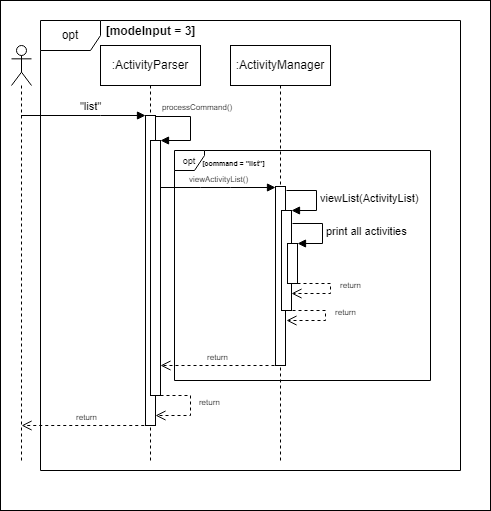
Before: docs/Images(DG)/ViewActivity.drawio.png, a diagram exported from draw.io (parasytezz/tp). Source tidied: cells renumbered, new cells last; positions are measured from the earlier drawing's top-left corner, leaving out a move shared by most shapes.
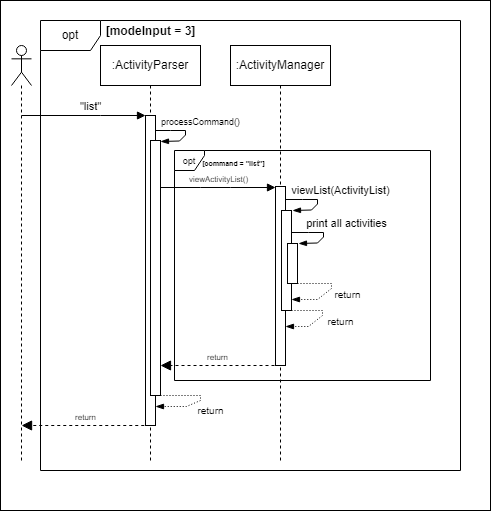
After the commit.

Diff of the diagram source:
```diff
@@ -30,15 +30,6 @@
     <mxCell id="9" value="[modeInput = 3]" style="text;align=center;fontStyle=1;verticalAlign=middle;spacingLeft=3;spacingRight=3;strokeColor=none;html=1;" parent="1" vertex="1">
       <mxGeometry x="115" y="23" width="70" height="16" as="geometry" />
     </mxCell>
-    <mxCell id="10" value="&lt;font style=&quot;font-size: 8px;&quot;&gt;processCommand()&lt;/font&gt;" style="html=1;align=left;spacingLeft=2;endArrow=block;rounded=0;edgeStyle=orthogonalEdgeStyle;curved=0;rounded=0;" parent="1" edge="1" target="5">
-      <mxGeometry x="-0.94" y="10" relative="1" as="geometry">
-        <mxPoint x="155" y="116" as="sourcePoint" />
-        <Array as="points">
-          <mxPoint x="190" y="116" />
-          <mxPoint x="190" y="140" />
-        </Array>
-      </mxGeometry>
-    </mxCell>
     <mxCell id="11" value=":ActivityManager" style="shape=umlLifeline;perimeter=lifelinePerimeter;whiteSpace=wrap;html=1;newEdgeStyle={&quot;curved&quot;:0,&quot;rounded&quot;:0};" parent="1" vertex="1">
       <mxGeometry x="230" y="45" width="100" height="415" as="geometry" />
     </mxCell>
@@ -53,29 +44,30 @@
         </Array>
       </mxGeometry>
     </mxCell>
+    <mxCell id="10" value="&lt;font style=&quot;font-size: 9px;&quot;&gt;processCommand()&lt;/font&gt;" style="html=1;verticalAlign=bottom;endArrow=blockThin;curved=0;rounded=0;endFill=1;" parent="1" edge="1" source="4">
+      <mxGeometry x="-0.03" y="15" relative="1" as="geometry">
+        <mxPoint x="160" y="141" as="targetPoint" />
+        <Array as="points">
+          <mxPoint x="170" y="130" />
+          <mxPoint x="185" y="130" />
+          <mxPoint x="185" y="134.5" />
+          <mxPoint x="179" y="140.5" />
+        </Array>
+      </mxGeometry>
+    </mxCell>
     <mxCell id="14" value="&lt;font style=&quot;font-size: 9px;&quot;&gt;opt&lt;/font&gt;" style="shape=umlFrame;whiteSpace=wrap;html=1;width=30;height=20;" parent="1" vertex="1">
       <mxGeometry x="174" y="150" width="256" height="230" as="geometry" />
     </mxCell>
     <mxCell id="15" value="&lt;font style=&quot;font-size: 7px;&quot;&gt;[command = &quot;list&quot;]&lt;/font&gt;" style="text;align=center;fontStyle=1;verticalAlign=middle;spacingLeft=3;spacingRight=3;strokeColor=none;html=1;" parent="1" vertex="1">
       <mxGeometry x="198" y="154" width="70" height="16" as="geometry" />
     </mxCell>
-    <mxCell id="16" value="&lt;font style=&quot;font-size: 8px;&quot;&gt;return&lt;/font&gt;" style="html=1;verticalAlign=bottom;endArrow=open;dashed=1;endSize=8;curved=0;rounded=0;" parent="1" edge="1">
+    <mxCell id="16" value="&lt;font style=&quot;font-size: 8px;&quot;&gt;return&lt;/font&gt;" style="html=1;verticalAlign=bottom;endArrow=block;dashed=1;endSize=8;curved=0;rounded=0;endFill=1;" parent="1" edge="1">
       <mxGeometry relative="1" as="geometry">
         <mxPoint x="274" y="365" as="sourcePoint" />
         <mxPoint x="160" y="365" as="targetPoint" />
       </mxGeometry>
     </mxCell>
-    <mxCell id="17" value="&lt;font style=&quot;font-size: 8px;&quot;&gt;return&amp;nbsp;&lt;/font&gt;" style="html=1;verticalAlign=bottom;endArrow=open;dashed=1;endSize=8;curved=0;rounded=0;" parent="1" edge="1">
-      <mxGeometry x="0.06" y="20" relative="1" as="geometry">
-        <mxPoint x="160" y="395" as="sourcePoint" />
-        <mxPoint x="155" y="415" as="targetPoint" />
-        <Array as="points">
-          <mxPoint x="190" y="395" />
-          <mxPoint x="190" y="415" />
-        </Array>
-      </mxGeometry>
-    </mxCell>
-    <mxCell id="18" value="&lt;font style=&quot;font-size: 8px;&quot;&gt;return&lt;/font&gt;" style="html=1;verticalAlign=bottom;endArrow=open;dashed=1;endSize=8;curved=0;rounded=0;" parent="1" edge="1">
+    <mxCell id="18" value="&lt;font style=&quot;font-size: 8px;&quot;&gt;return&lt;/font&gt;" style="html=1;verticalAlign=bottom;endArrow=block;dashed=1;endSize=8;curved=0;rounded=0;endFill=1;" parent="1" edge="1">
       <mxGeometry relative="1" as="geometry">
         <mxPoint x="149.8" y="425" as="sourcePoint" />
         <mxPoint x="21.1" y="425" as="targetPoint" />
@@ -84,47 +76,67 @@
     <mxCell id="19" style="html=1;points=[[0,0,0,0,5],[0,1,0,0,-5],[1,0,0,0,5],[1,1,0,0,-5]];perimeter=orthogonalPerimeter;outlineConnect=0;targetShapes=umlLifeline;portConstraint=eastwest;newEdgeStyle={&quot;curved&quot;:0,&quot;rounded&quot;:0};" parent="1" vertex="1">
       <mxGeometry x="281" y="210" width="10" height="100" as="geometry" />
     </mxCell>
+    <mxCell id="21" style="html=1;points=[[0,0,0,0,5],[0,1,0,0,-5],[1,0,0,0,5],[1,1,0,0,-5]];perimeter=orthogonalPerimeter;outlineConnect=0;targetShapes=umlLifeline;portConstraint=eastwest;newEdgeStyle={&quot;curved&quot;:0,&quot;rounded&quot;:0};" parent="1" vertex="1">
+      <mxGeometry x="287" y="243" width="10" height="40" as="geometry" />
+    </mxCell>
-    <mxCell id="20" value="viewList(ActivityList)" style="html=1;align=left;spacingLeft=2;endArrow=block;rounded=0;edgeStyle=orthogonalEdgeStyle;curved=0;rounded=0;" parent="1" edge="1" target="19">
-      <mxGeometry relative="1" as="geometry">
-        <mxPoint x="286" y="190" as="sourcePoint" />
+    <mxCell id="20" value="viewList(ActivityList)" style="html=1;verticalAlign=bottom;endArrow=blockThin;curved=0;rounded=0;endFill=1;" parent="1" edge="1" source="12">
+      <mxGeometry y="23" relative="1" as="geometry">
+        <mxPoint x="292" y="210" as="targetPoint" />
         <Array as="points">
-          <mxPoint x="316" y="190" />
-          <mxPoint x="316" y="210" />
+          <mxPoint x="302" y="199" />
+          <mxPoint x="317" y="199" />
+          <mxPoint x="317" y="203.5" />
+          <mxPoint x="311" y="209.5" />
         </Array>
       </mxGeometry>
     </mxCell>
-    <mxCell id="21" style="html=1;points=[[0,0,0,0,5],[0,1,0,0,-5],[1,0,0,0,5],[1,1,0,0,-5]];perimeter=orthogonalPerimeter;outlineConnect=0;targetShapes=umlLifeline;portConstraint=eastwest;newEdgeStyle={&quot;curved&quot;:0,&quot;rounded&quot;:0};" parent="1" vertex="1">
-      <mxGeometry x="287" y="243" width="10" height="40" as="geometry" />
-    </mxCell>
-    <mxCell id="22" value="print all activities" style="html=1;align=left;spacingLeft=2;endArrow=block;rounded=0;edgeStyle=orthogonalEdgeStyle;curved=0;rounded=0;" parent="1" edge="1" target="21">
-      <mxGeometry relative="1" as="geometry">
-        <mxPoint x="292" y="223" as="sourcePoint" />
+    <mxCell id="22" value="print all activities" style="html=1;verticalAlign=bottom;endArrow=blockThin;curved=0;rounded=0;endFill=1;" parent="1" edge="1">
+      <mxGeometry y="23" relative="1" as="geometry">
+        <mxPoint x="291" y="232" as="sourcePoint" />
+        <mxPoint x="298" y="243" as="targetPoint" />
         <Array as="points">
-          <mxPoint x="322" y="223" />
-          <mxPoint x="322" y="243" />
+          <mxPoint x="308" y="232" />
+          <mxPoint x="323" y="232" />
+          <mxPoint x="323" y="236.5" />
+          <mxPoint x="317" y="242.5" />
         </Array>
       </mxGeometry>
     </mxCell>
-    <mxCell id="23" value="&lt;font style=&quot;font-size: 8px;&quot;&gt;return&lt;/font&gt;" style="html=1;verticalAlign=bottom;endArrow=open;dashed=1;endSize=8;curved=0;rounded=0;" parent="1" edge="1" source="21">
-      <mxGeometry x="0.05" y="-20" relative="1" as="geometry">
-        <mxPoint x="291" y="293" as="targetPoint" />
-        <Array as="points">
-          <mxPoint x="330" y="283" />
-          <mxPoint x="330" y="293" />
-        </Array>
-        <mxPoint x="20" y="20" as="offset" />
-      </mxGeometry>
-    </mxCell>
-    <mxCell id="24" value="&lt;font style=&quot;font-size: 8px;&quot;&gt;return&lt;/font&gt;" style="html=1;verticalAlign=bottom;endArrow=open;dashed=1;endSize=8;curved=0;rounded=0;" parent="1" edge="1">
-      <mxGeometry x="0.05" y="-20" relative="1" as="geometry">
-        <mxPoint x="292" y="310" as="sourcePoint" />
-        <mxPoint x="286" y="320" as="targetPoint" />
-        <Array as="points">
-          <mxPoint x="325" y="310" />
-          <mxPoint x="325" y="320" />
-        </Array>
-        <mxPoint x="20" y="20" as="offset" />
-      </mxGeometry>
-    </mxCell>
+    <mxCell id="25" value="&lt;font style=&quot;font-size: 10px;&quot;&gt;return&lt;/font&gt;" style="html=1;verticalAlign=bottom;endArrow=blockThin;curved=0;rounded=0;exitX=1;exitY=0;exitDx=0;exitDy=5;exitPerimeter=0;endFill=1;dashed=1;dashPattern=1 2;" parent="1" edge="1">
+      <mxGeometry x="0.01" y="22" relative="1" as="geometry">
+        <mxPoint x="291" y="283" as="sourcePoint" />
+        <mxPoint x="291" y="299" as="targetPoint" />
+        <Array as="points">
+          <mxPoint x="306" y="283" />
+          <mxPoint x="331" y="283" />
+          <mxPoint x="331" y="288" />
+          <mxPoint x="317" y="299" />
+        </Array>
+        <mxPoint x="2" y="-2" as="offset" />
+      </mxGeometry>
+    </mxCell>
+    <mxCell id="26" value="&lt;font style=&quot;font-size: 10px;&quot;&gt;return&lt;/font&gt;" style="html=1;verticalAlign=bottom;endArrow=blockThin;curved=0;rounded=0;exitX=1;exitY=0;exitDx=0;exitDy=5;exitPerimeter=0;endFill=1;dashed=1;dashPattern=1 2;" parent="1" edge="1" target="12">
+      <mxGeometry x="0.05" y="23" relative="1" as="geometry">
+        <mxPoint x="282" y="310" as="sourcePoint" />
+        <Array as="points">
+          <mxPoint x="297" y="310" />
+          <mxPoint x="322" y="310" />
+          <mxPoint x="322" y="315" />
+          <mxPoint x="308" y="326" />
+        </Array>
+        <mxPoint x="4" y="-3" as="offset" />
+      </mxGeometry>
+    </mxCell>
+    <mxCell id="27" value="&lt;font style=&quot;font-size: 10px;&quot;&gt;return&lt;/font&gt;" style="html=1;verticalAlign=bottom;endArrow=blockThin;curved=0;rounded=0;exitX=1;exitY=0;exitDx=0;exitDy=5;exitPerimeter=0;endFill=1;dashed=1;dashPattern=1 2;" parent="1" edge="1" target="4">
+      <mxGeometry x="0.01" y="22" relative="1" as="geometry">
+        <mxPoint x="160" y="395" as="sourcePoint" />
+        <Array as="points">
+          <mxPoint x="200" y="395" />
+          <mxPoint x="200" y="400" />
+          <mxPoint x="186" y="406" />
+        </Array>
+        <mxPoint x="2" y="-2" as="offset" />
+      </mxGeometry>
+    </mxCell>
   </root>
 </mxGraphModel>
```
